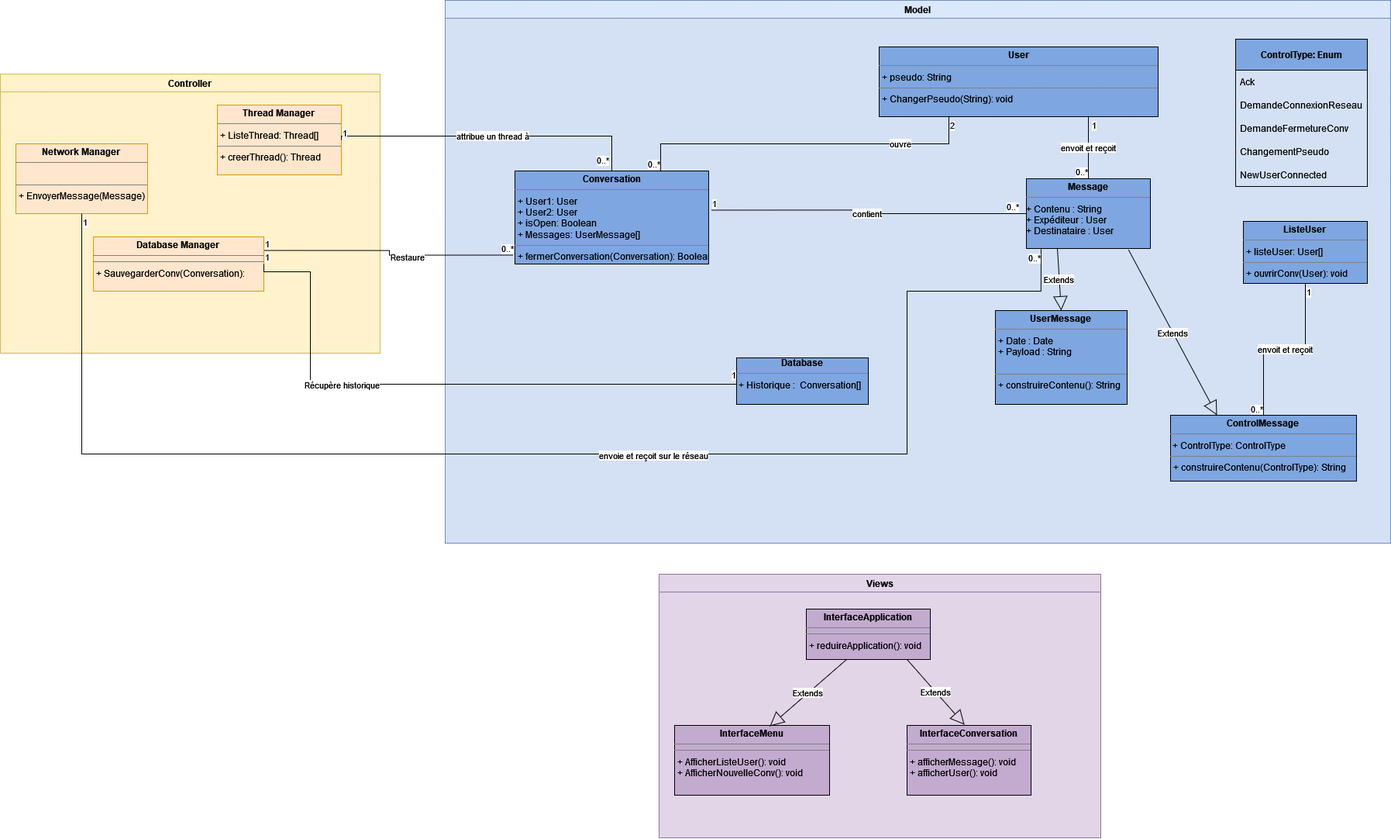
Before: Projet/UML/Images/diagramme_de_classe.drawio.png, a diagram exported from draw.io (Newglear/UF_projet_java). Source tidied: cells renumbered, new cells last; positions are measured from the earlier drawing's top-left corner, leaving out a move shared by most shapes.
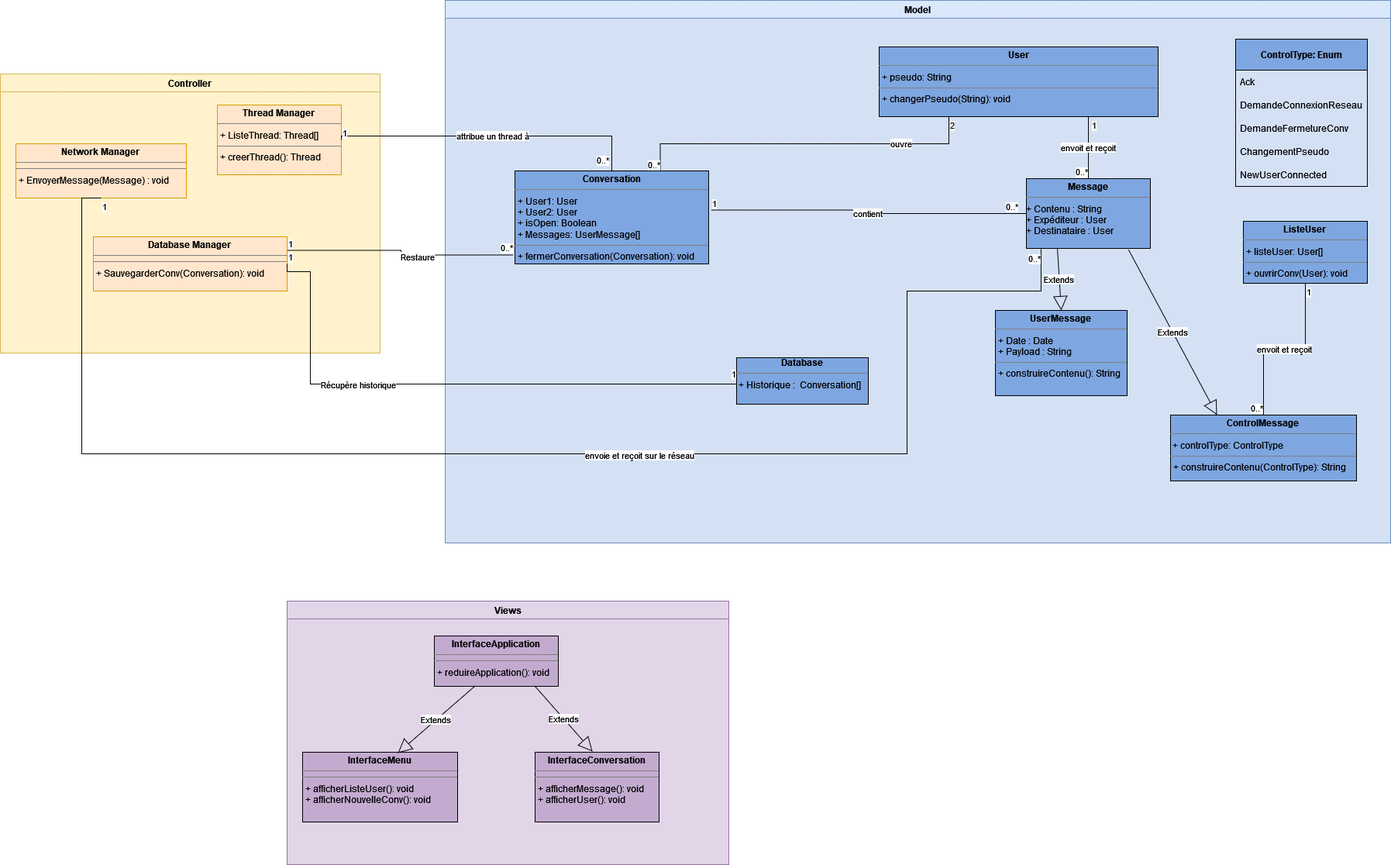
After the commit.

Diff of the diagram source:
```diff
@@ -8,16 +8,16 @@
     <mxCell id="3" value="&lt;p style=&quot;margin:0px;margin-top:4px;text-align:center;&quot;&gt;&lt;b&gt;Thread Manager&lt;br&gt;&lt;/b&gt;&lt;/p&gt;&lt;hr size=&quot;1&quot;&gt;&lt;p style=&quot;margin:0px;margin-left:4px;&quot;&gt;+ ListeThread: Thread[] &lt;br&gt;&lt;/p&gt;&lt;hr size=&quot;1&quot;&gt;&lt;p style=&quot;margin:0px;margin-left:4px;&quot;&gt;+ creerThread(): Thread&lt;br&gt;&lt;/p&gt;" style="verticalAlign=top;align=left;overflow=fill;fontSize=12;fontFamily=Helvetica;html=1;fillColor=#ffe6cc;strokeColor=#d79b00;" parent="2" vertex="1">
       <mxGeometry x="280" y="40" width="160" height="90" as="geometry" />
     </mxCell>
-    <mxCell id="4" value="&lt;p style=&quot;margin:0px;margin-top:4px;text-align:center;&quot;&gt;&lt;b&gt;Database Manager&lt;br&gt;&lt;/b&gt;&lt;/p&gt;&lt;hr size=&quot;1&quot;&gt;&lt;hr size=&quot;1&quot;&gt;&lt;p style=&quot;margin:0px;margin-left:4px;&quot;&gt;+ SauvegarderConv(Conversation): &lt;br&gt;&lt;/p&gt;" style="verticalAlign=top;align=left;overflow=fill;fontSize=12;fontFamily=Helvetica;html=1;fillColor=#ffe6cc;strokeColor=#d79b00;" parent="2" vertex="1">
-      <mxGeometry x="120" y="210" width="220" height="70" as="geometry" />
+    <mxCell id="4" value="&lt;p style=&quot;margin:0px;margin-top:4px;text-align:center;&quot;&gt;&lt;b&gt;Database Manager&lt;br&gt;&lt;/b&gt;&lt;/p&gt;&lt;hr size=&quot;1&quot;&gt;&lt;hr size=&quot;1&quot;&gt;&lt;p style=&quot;margin:0px;margin-left:4px;&quot;&gt;+ SauvegarderConv(Conversation): void&lt;br&gt;&lt;/p&gt;" style="verticalAlign=top;align=left;overflow=fill;fontSize=12;fontFamily=Helvetica;html=1;fillColor=#ffe6cc;strokeColor=#d79b00;" parent="2" vertex="1">
+      <mxGeometry x="120" y="210" width="250" height="70" as="geometry" />
     </mxCell>
-    <mxCell id="5" value="&lt;p style=&quot;margin:0px;margin-top:4px;text-align:center;&quot;&gt;&lt;b&gt;Network Manager&lt;br&gt;&lt;/b&gt;&lt;/p&gt;&lt;hr size=&quot;1&quot;&gt;&lt;p style=&quot;margin:0px;margin-left:4px;&quot;&gt;&lt;br&gt;&lt;/p&gt;&lt;hr size=&quot;1&quot;&gt;&lt;p style=&quot;margin:0px;margin-left:4px;&quot;&gt;+ EnvoyerMessage(Message)&lt;/p&gt;&lt;p style=&quot;margin:0px;margin-left:4px;&quot;&gt;&lt;br&gt;&lt;/p&gt;&lt;p style=&quot;margin:0px;margin-left:4px;&quot;&gt;&lt;br&gt;&lt;/p&gt;" style="verticalAlign=top;align=left;overflow=fill;fontSize=12;fontFamily=Helvetica;html=1;fillColor=#ffe6cc;strokeColor=#d79b00;" parent="2" vertex="1">
-      <mxGeometry x="20" y="90" width="170" height="90" as="geometry" />
+    <mxCell id="5" value="&lt;p style=&quot;margin:0px;margin-top:4px;text-align:center;&quot;&gt;&lt;b&gt;Network Manager&lt;br&gt;&lt;/b&gt;&lt;/p&gt;&lt;hr size=&quot;1&quot;&gt;&lt;hr size=&quot;1&quot;&gt;&lt;p style=&quot;margin:0px;margin-left:4px;&quot;&gt;+ EnvoyerMessage(Message) : void&lt;br&gt;&lt;/p&gt;&lt;p style=&quot;margin:0px;margin-left:4px;&quot;&gt;&lt;br&gt;&lt;/p&gt;&lt;p style=&quot;margin:0px;margin-left:4px;&quot;&gt;&lt;br&gt;&lt;/p&gt;" style="verticalAlign=top;align=left;overflow=fill;fontSize=12;fontFamily=Helvetica;html=1;fillColor=#ffe6cc;strokeColor=#d79b00;" parent="2" vertex="1">
+      <mxGeometry x="20" y="90" width="220" height="70" as="geometry" />
     </mxCell>
     <mxCell id="6" value="&lt;div&gt;Views&lt;/div&gt;" style="swimlane;whiteSpace=wrap;html=1;fillColor=#e1d5e7;strokeColor=#9673a6;swimlaneFillColor=#E1D5E7;" parent="1" vertex="1">
-      <mxGeometry x="850" y="740" width="570" height="340" as="geometry" />
+      <mxGeometry x="370" y="775" width="570" height="340" as="geometry" />
     </mxCell>
-    <mxCell id="7" value="&lt;p style=&quot;margin:0px;margin-top:4px;text-align:center;&quot;&gt;&lt;b&gt;InterfaceMenu&lt;/b&gt;&lt;br&gt;&lt;/p&gt;&lt;hr size=&quot;1&quot;&gt;&lt;hr size=&quot;1&quot;&gt;&lt;p style=&quot;margin:0px;margin-left:4px;&quot;&gt;+ AfficherListeUser(): void&lt;/p&gt;&lt;p style=&quot;margin:0px;margin-left:4px;&quot;&gt;+ AfficherNouvelleConv(): void&lt;br&gt;&lt;/p&gt;" style="verticalAlign=top;align=left;overflow=fill;fontSize=12;fontFamily=Helvetica;html=1;fillColor=#C3ABD0;" parent="6" vertex="1">
+    <mxCell id="7" value="&lt;p style=&quot;margin:0px;margin-top:4px;text-align:center;&quot;&gt;&lt;b&gt;InterfaceMenu&lt;/b&gt;&lt;br&gt;&lt;/p&gt;&lt;hr size=&quot;1&quot;&gt;&lt;hr size=&quot;1&quot;&gt;&lt;p style=&quot;margin:0px;margin-left:4px;&quot;&gt;+ afficherListeUser(): void&lt;/p&gt;&lt;p style=&quot;margin:0px;margin-left:4px;&quot;&gt;+ afficherNouvelleConv(): void&lt;br&gt;&lt;/p&gt;" style="verticalAlign=top;align=left;overflow=fill;fontSize=12;fontFamily=Helvetica;html=1;fillColor=#C3ABD0;" parent="6" vertex="1">
       <mxGeometry x="20" y="195" width="200" height="90" as="geometry" />
     </mxCell>
     <mxCell id="8" value="&lt;p style=&quot;margin:0px;margin-top:4px;text-align:center;&quot;&gt;&lt;b&gt;InterfaceApplication&lt;/b&gt;&lt;/p&gt;&lt;hr size=&quot;1&quot;&gt;&lt;hr size=&quot;1&quot;&gt;&lt;p style=&quot;margin:0px;margin-left:4px;&quot;&gt;+ reduireApplication(): void &lt;br&gt;&lt;/p&gt;" style="verticalAlign=top;align=left;overflow=fill;fontSize=12;fontFamily=Helvetica;html=1;fillColor=#C3ABD0;" parent="6" vertex="1">
@@ -40,7 +40,7 @@
     <mxCell id="13" value="&lt;p style=&quot;margin:0px;margin-top:4px;text-align:center;&quot;&gt;&lt;b&gt;Message&lt;/b&gt;&lt;br&gt;&lt;/p&gt;&lt;hr size=&quot;1&quot;&gt;&lt;div&gt;+ Contenu : String &lt;br&gt;&lt;/div&gt;&lt;div&gt;+ Expéditeur : User&lt;/div&gt;&lt;div&gt;+ Destinataire : User&lt;br&gt;&lt;/div&gt;" style="verticalAlign=top;align=left;overflow=fill;fontSize=12;fontFamily=Helvetica;html=1;fillColor=#7EA6E0;" parent="12" vertex="1">
       <mxGeometry x="750" y="230" width="160" height="90" as="geometry" />
     </mxCell>
-    <mxCell id="14" value="&lt;p style=&quot;margin:0px;margin-top:4px;text-align:center;&quot;&gt;&lt;b&gt;Conversation&lt;/b&gt;&lt;/p&gt;&lt;hr size=&quot;1&quot;&gt;&lt;p style=&quot;margin:0px;margin-left:4px;&quot;&gt;+ User1: User&lt;/p&gt;&lt;p style=&quot;margin:0px;margin-left:4px;&quot;&gt;+ User2: User&lt;/p&gt;&lt;p style=&quot;margin:0px;margin-left:4px;&quot;&gt;+ isOpen: Boolean&lt;/p&gt;&lt;p style=&quot;margin:0px;margin-left:4px;&quot;&gt;+ Messages: UserMessage[]&lt;br&gt;&lt;/p&gt;&lt;hr size=&quot;1&quot;&gt;&lt;p style=&quot;margin:0px;margin-left:4px;&quot;&gt;+ fermerConversation(Conversation): Boolean&lt;/p&gt;" style="verticalAlign=top;align=left;overflow=fill;fontSize=12;fontFamily=Helvetica;html=1;fillColor=#7EA6E0;" parent="12" vertex="1">
+    <mxCell id="14" value="&lt;p style=&quot;margin:0px;margin-top:4px;text-align:center;&quot;&gt;&lt;b&gt;Conversation&lt;/b&gt;&lt;/p&gt;&lt;hr size=&quot;1&quot;&gt;&lt;p style=&quot;margin:0px;margin-left:4px;&quot;&gt;+ User1: User&lt;/p&gt;&lt;p style=&quot;margin:0px;margin-left:4px;&quot;&gt;+ User2: User&lt;/p&gt;&lt;p style=&quot;margin:0px;margin-left:4px;&quot;&gt;+ isOpen: Boolean&lt;/p&gt;&lt;p style=&quot;margin:0px;margin-left:4px;&quot;&gt;+ Messages: UserMessage[]&lt;br&gt;&lt;/p&gt;&lt;hr size=&quot;1&quot;&gt;&lt;p style=&quot;margin:0px;margin-left:4px;&quot;&gt;+ fermerConversation(Conversation): void&lt;/p&gt;" style="verticalAlign=top;align=left;overflow=fill;fontSize=12;fontFamily=Helvetica;html=1;fillColor=#7EA6E0;" parent="12" vertex="1">
       <mxGeometry x="90" y="220" width="250" height="120" as="geometry" />
     </mxCell>
     <mxCell id="15" value="contient" style="endArrow=none;html=1;edgeStyle=orthogonalEdgeStyle;rounded=0;entryX=0;entryY=0.5;entryDx=0;entryDy=0;exitX=1.013;exitY=0.421;exitDx=0;exitDy=0;exitPerimeter=0;" parent="12" edge="1" source="14" target="13">
@@ -54,7 +54,7 @@
         <mxPoint x="-10" as="offset" />
       </mxGeometry>
     </mxCell>
-    <mxCell id="18" value="&lt;p style=&quot;margin:0px;margin-top:4px;text-align:center;&quot;&gt;&lt;b&gt;User&lt;/b&gt;&lt;/p&gt;&lt;hr size=&quot;1&quot;&gt;&lt;p style=&quot;margin:0px;margin-left:4px;&quot;&gt;+ pseudo: String&lt;/p&gt;&lt;hr size=&quot;1&quot;&gt;&lt;p style=&quot;margin:0px;margin-left:4px;&quot;&gt;+ ChangerPseudo(String): void&lt;br&gt;&lt;/p&gt;" style="verticalAlign=top;align=left;overflow=fill;fontSize=12;fontFamily=Helvetica;html=1;fillColor=#7EA6E0;" parent="12" vertex="1">
+    <mxCell id="18" value="&lt;p style=&quot;margin:0px;margin-top:4px;text-align:center;&quot;&gt;&lt;b&gt;User&lt;/b&gt;&lt;/p&gt;&lt;hr size=&quot;1&quot;&gt;&lt;p style=&quot;margin:0px;margin-left:4px;&quot;&gt;+ pseudo: String&lt;/p&gt;&lt;hr size=&quot;1&quot;&gt;&lt;p style=&quot;margin:0px;margin-left:4px;&quot;&gt;+ changerPseudo(String): void&lt;br&gt;&lt;/p&gt;" style="verticalAlign=top;align=left;overflow=fill;fontSize=12;fontFamily=Helvetica;html=1;fillColor=#7EA6E0;" parent="12" vertex="1">
       <mxGeometry x="560" y="60" width="360" height="90" as="geometry" />
     </mxCell>
     <mxCell id="19" style="endArrow=none;html=1;edgeStyle=orthogonalEdgeStyle;rounded=0;entryX=0.75;entryY=0;entryDx=0;entryDy=0;exitX=0.25;exitY=1;exitDx=0;exitDy=0;" parent="12" edge="1" source="18" target="14">
@@ -79,13 +79,13 @@
         <mxPoint y="1" as="offset" />
       </mxGeometry>
     </mxCell>
-    <mxCell id="23" value="&lt;p style=&quot;margin:0px;margin-top:4px;text-align:center;&quot;&gt;&lt;b&gt;UserMessage&lt;/b&gt;&lt;br&gt;&lt;/p&gt;&lt;hr size=&quot;1&quot;&gt;&lt;p style=&quot;margin:0px;margin-left:4px;&quot;&gt;+ Date : Date &lt;br&gt;&lt;/p&gt;&lt;p style=&quot;margin:0px;margin-left:4px;&quot;&gt;+ Payload : String&lt;/p&gt;&lt;p style=&quot;margin:0px;margin-left:4px;&quot;&gt;&lt;br&gt;&lt;/p&gt;&lt;hr size=&quot;1&quot;&gt;&lt;p style=&quot;margin:0px;margin-left:4px;&quot;&gt;+ construireContenu(): String&lt;br&gt;&lt;/p&gt;" style="verticalAlign=top;align=left;overflow=fill;fontSize=12;fontFamily=Helvetica;html=1;fillColor=#7EA6E0;" parent="12" vertex="1">
-      <mxGeometry x="710" y="400" width="170" height="121" as="geometry" />
+    <mxCell id="23" value="&lt;p style=&quot;margin:0px;margin-top:4px;text-align:center;&quot;&gt;&lt;b&gt;UserMessage&lt;/b&gt;&lt;br&gt;&lt;/p&gt;&lt;hr size=&quot;1&quot;&gt;&lt;p style=&quot;margin:0px;margin-left:4px;&quot;&gt;+ Date : Date &lt;br&gt;&lt;/p&gt;&lt;p style=&quot;margin:0px;margin-left:4px;&quot;&gt;+ Payload : String&lt;/p&gt;&lt;hr size=&quot;1&quot;&gt;&lt;p style=&quot;margin:0px;margin-left:4px;&quot;&gt;+ construireContenu(): String&lt;br&gt;&lt;/p&gt;" style="verticalAlign=top;align=left;overflow=fill;fontSize=12;fontFamily=Helvetica;html=1;fillColor=#7EA6E0;" parent="12" vertex="1">
+      <mxGeometry x="710" y="400" width="170" height="110" as="geometry" />
     </mxCell>
     <mxCell id="24" value="Extends" style="endArrow=block;endSize=16;endFill=0;html=1;rounded=0;entryX=0.5;entryY=0;entryDx=0;entryDy=0;exitX=0.25;exitY=1;exitDx=0;exitDy=0;" parent="12" edge="1" source="13" target="23">
       <mxGeometry relative="1" as="geometry" />
     </mxCell>
-    <mxCell id="25" value="&lt;p style=&quot;margin:0px;margin-top:4px;text-align:center;&quot;&gt;&lt;b&gt;ControlMessage&lt;/b&gt;&lt;br&gt;&lt;/p&gt;&lt;hr size=&quot;1&quot;&gt;&amp;nbsp;+ ControlType: ControlType&lt;br&gt;&lt;hr size=&quot;1&quot;&gt;&lt;p style=&quot;margin:0px;margin-left:4px;&quot;&gt;+ construireContenu(ControlType): String&lt;br&gt;&lt;/p&gt;" style="verticalAlign=top;align=left;overflow=fill;fontSize=12;fontFamily=Helvetica;html=1;fillColor=#7EA6E0;" parent="12" vertex="1">
+    <mxCell id="25" value="&lt;p style=&quot;margin:0px;margin-top:4px;text-align:center;&quot;&gt;&lt;b&gt;ControlMessage&lt;/b&gt;&lt;br&gt;&lt;/p&gt;&lt;hr size=&quot;1&quot;&gt;&amp;nbsp;+ controlType: ControlType&lt;br&gt;&lt;hr size=&quot;1&quot;&gt;&lt;p style=&quot;margin:0px;margin-left:4px;&quot;&gt;+ construireContenu(ControlType): String&lt;br&gt;&lt;/p&gt;" style="verticalAlign=top;align=left;overflow=fill;fontSize=12;fontFamily=Helvetica;html=1;fillColor=#7EA6E0;" parent="12" vertex="1">
       <mxGeometry x="936" y="535" width="240" height="85" as="geometry" />
     </mxCell>
     <mxCell id="26" value="&lt;b&gt;ControlType: Enum&lt;/b&gt;" style="swimlane;fontStyle=0;horizontal=1;startSize=40;whiteSpace=wrap;html=1;fillColor=#7EA6E0;" parent="12" vertex="1">
```
